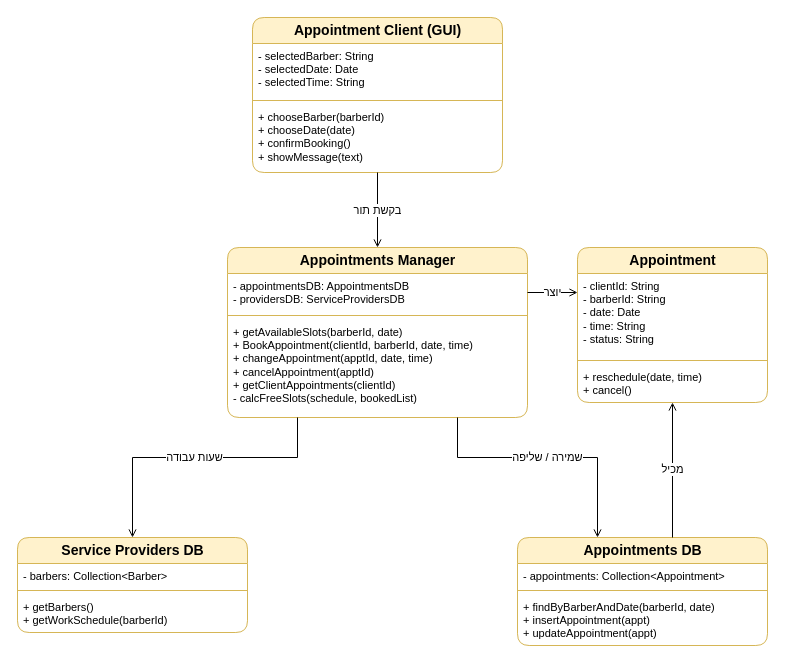
The draw.io diagram diagrams/CLS-AppointmentsManager.drawio in arielkaplan20/project_Golden_Hair_Salon, before the edit. Source tidied: cells renumbered, new cells numbered last; positions are measured from the earlier drawing's top-left corner, leaving out a move shared by most shapes. Both pictures are drawn from the tidied source at 100%, with x=0, y=0 at pixel (17, 17).
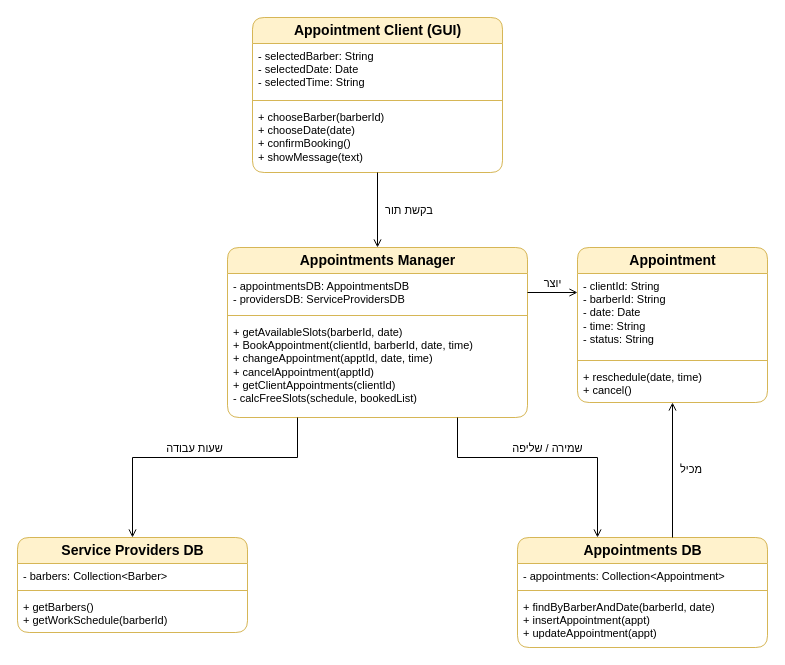
The same diagram, later.

Unchanged cells that the change refers to:
```xml
<mxCell id="2" value="Appointment Client (GUI)" style="swimlane;fontStyle=1;align=center;verticalAlign=middle;horizontal=1;startSize=26;rounded=1;html=1;fillColor=#fff2cc;strokeColor=#d6b656;fontSize=14;" parent="1" vertex="1">
  <mxGeometry x="235" width="250" height="155" as="geometry" />
</mxCell>
<mxCell id="6" value="Appointments Manager" style="swimlane;fontStyle=1;align=center;verticalAlign=middle;horizontal=1;startSize=26;rounded=1;html=1;fillColor=#fff2cc;strokeColor=#d6b656;fontSize=14;" parent="1" vertex="1">
  <mxGeometry x="210" y="230" width="300" height="170" as="geometry" />
</mxCell>
<mxCell id="10" value="Service Providers DB" style="swimlane;fontStyle=1;align=center;verticalAlign=middle;horizontal=1;startSize=26;rounded=1;html=1;fillColor=#fff2cc;strokeColor=#d6b656;fontSize=14;" parent="1" vertex="1">
  <mxGeometry y="520" width="230" height="95" as="geometry" />
</mxCell>
<mxCell id="18" value="Appointment" style="swimlane;fontStyle=1;align=center;verticalAlign=middle;horizontal=1;startSize=26;rounded=1;html=1;fillColor=#fff2cc;strokeColor=#d6b656;fontSize=14;" parent="1" vertex="1">
  <mxGeometry x="560" y="230" width="190" height="155" as="geometry" />
</mxCell>
```

The edit, as a diff of the source:
```diff
@@
     <mxCell id="14" value="Appointments DB" style="swimlane;fontStyle=1;align=center;verticalAlign=middle;horizontal=1;startSize=26;rounded=1;html=1;fillColor=#fff2cc;strokeColor=#d6b656;fontSize=14;" parent="1" vertex="1">
-      <mxGeometry x="500" y="520" width="250" height="108" as="geometry" />
+      <mxGeometry x="500" y="520" width="250" height="110" as="geometry" />
     </mxCell>
@@
     <mxCell id="17" value="+ findByBarberAndDate(barberId, date)&lt;br&gt;+ insertAppointment(appt)&lt;br&gt;+ updateAppointment(appt)" style="text;strokeColor=none;fillColor=none;align=left;verticalAlign=top;spacingLeft=4;spacingRight=4;whiteSpace=wrap;html=1;fontSize=11;" parent="14" vertex="1">
-      <mxGeometry y="57" width="250" height="51" as="geometry" />
+      <mxGeometry y="57" width="250" height="53" as="geometry" />
     </mxCell>
@@
-    <mxCell id="22" value="בקשת תור" style="endArrow=open;endFill=0;html=1;rounded=0;labelBackgroundColor=#ffffff;exitX=0.5;exitY=1;entryX=0.5;entryY=0;" parent="1" edge="1" source="2" target="6">
+    <mxCell id="22" value="בקשת תור" style="endArrow=open;endFill=0;html=1;rounded=0;labelBackgroundColor=#ffffff;exitX=0.5;exitY=1;entryX=0.5;entryY=0;align=left;spacingLeft=6;labelBackgroundColor=none;" parent="1" edge="1" source="2" target="6">
       <mxGeometry relative="1" as="geometry" />
     </mxCell>
-    <mxCell id="23" value="שעות עבודה" style="endArrow=open;endFill=0;html=1;rounded=0;labelBackgroundColor=#ffffff;exitX=0.23333333333333334;exitY=1;entryX=0.5;entryY=0;" parent="1" edge="1" source="6" target="10">
+    <mxCell id="23" value="שעות עבודה" style="endArrow=open;endFill=0;html=1;rounded=0;labelBackgroundColor=#ffffff;exitX=0.23333333333333334;exitY=1;entryX=0.5;entryY=0;verticalAlign=bottom;labelBackgroundColor=none;" parent="1" edge="1" source="6" target="10">
       <mxGeometry relative="1" as="geometry">
         <Array as="points">
           <mxPoint x="280" y="440" />
           <mxPoint x="115" y="440" />
         </Array>
       </mxGeometry>
     </mxCell>
-    <mxCell id="24" value="שמירה / שליפה" style="endArrow=open;endFill=0;html=1;rounded=0;labelBackgroundColor=#ffffff;exitX=0.7666666666666667;exitY=1;entryX=0.32;entryY=0;" parent="1" edge="1" source="6" target="14">
+    <mxCell id="24" value="שמירה / שליפה" style="endArrow=open;endFill=0;html=1;rounded=0;labelBackgroundColor=#ffffff;exitX=0.7666666666666667;exitY=1;entryX=0.32;entryY=0;verticalAlign=bottom;labelBackgroundColor=none;" parent="1" edge="1" source="6" target="14">
       <mxGeometry relative="1" as="geometry">
         <Array as="points">
           <mxPoint x="440" y="440" />
           <mxPoint x="580" y="440" />
         </Array>
       </mxGeometry>
     </mxCell>
-    <mxCell id="25" value="יוצר" style="endArrow=open;endFill=0;html=1;rounded=0;labelBackgroundColor=#ffffff;exitX=1;exitY=0.2647058823529412;entryX=0;entryY=0.2903225806451613;" parent="1" edge="1" source="6" target="18">
+    <mxCell id="25" value="יוצר" style="endArrow=open;endFill=0;html=1;rounded=0;labelBackgroundColor=#ffffff;exitX=1;exitY=0.2647058823529412;entryX=0;entryY=0.2903225806451613;verticalAlign=bottom;labelBackgroundColor=none;" parent="1" edge="1" source="6" target="18">
       <mxGeometry relative="1" as="geometry" />
     </mxCell>
-    <mxCell id="26" value="מכיל" style="endArrow=open;endFill=0;html=1;rounded=0;labelBackgroundColor=#ffffff;exitX=0.62;exitY=0;entryX=0.5;entryY=1;" parent="1" edge="1" source="14" target="18">
+    <mxCell id="26" value="מכיל" style="endArrow=open;endFill=0;html=1;rounded=0;labelBackgroundColor=#ffffff;exitX=0.62;exitY=0;entryX=0.5;entryY=1;align=left;spacingLeft=6;labelBackgroundColor=none;" parent="1" edge="1" source="14" target="18">
       <mxGeometry relative="1" as="geometry" />
     </mxCell>
```
